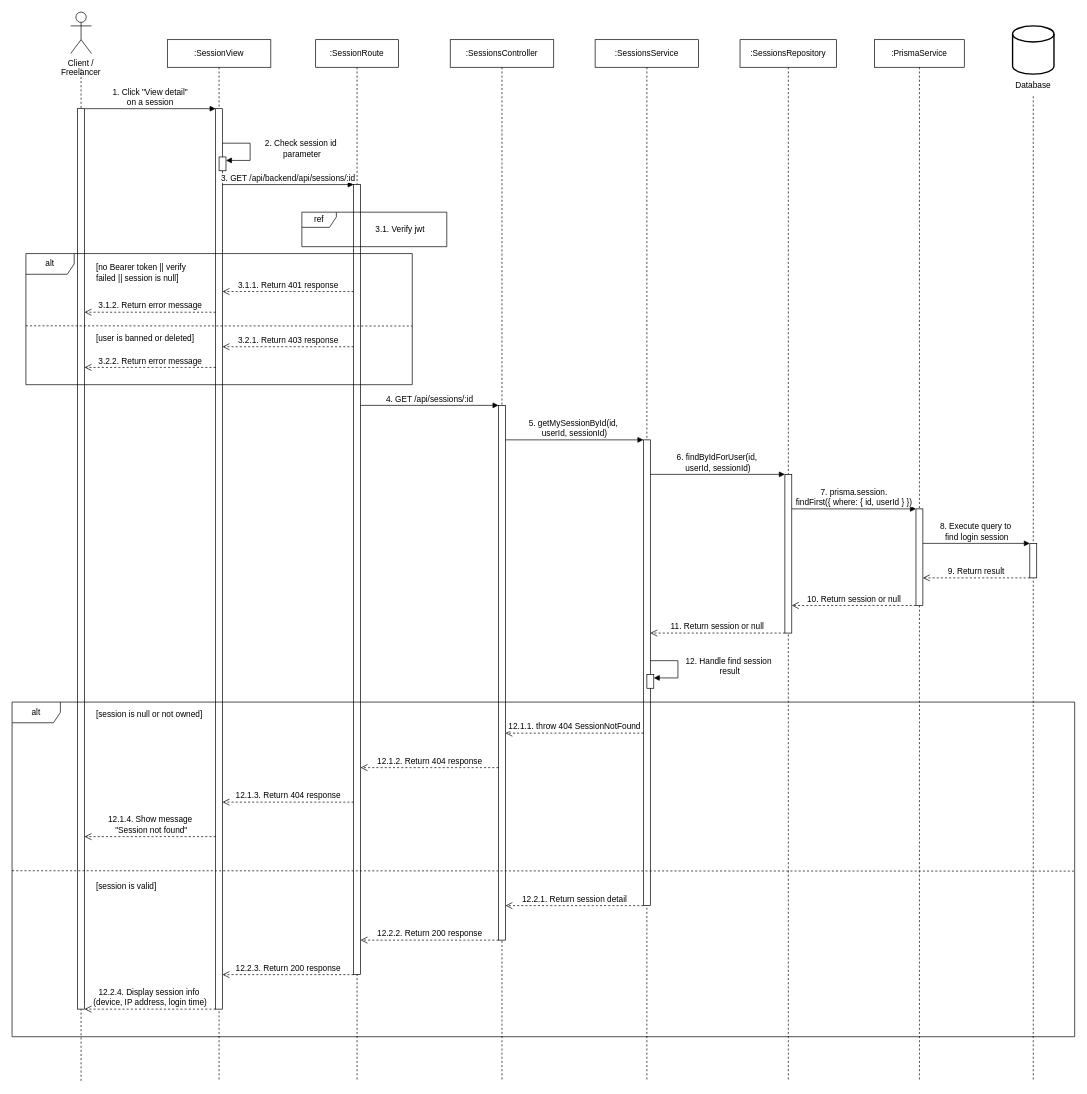
This is sequence-diagrams-remake/UC-16.02-view-session-detail.drawio from Thunggg/Frevia, a draw.io file, before an edit. Source tidied: cells renumbered, new cells numbered last; positions are measured from the earlier drawing's top-left corner, leaving out a move shared by most shapes. Both pictures are drawn from the tidied source at 69%, with x=0, y=0 at pixel (12, 12).
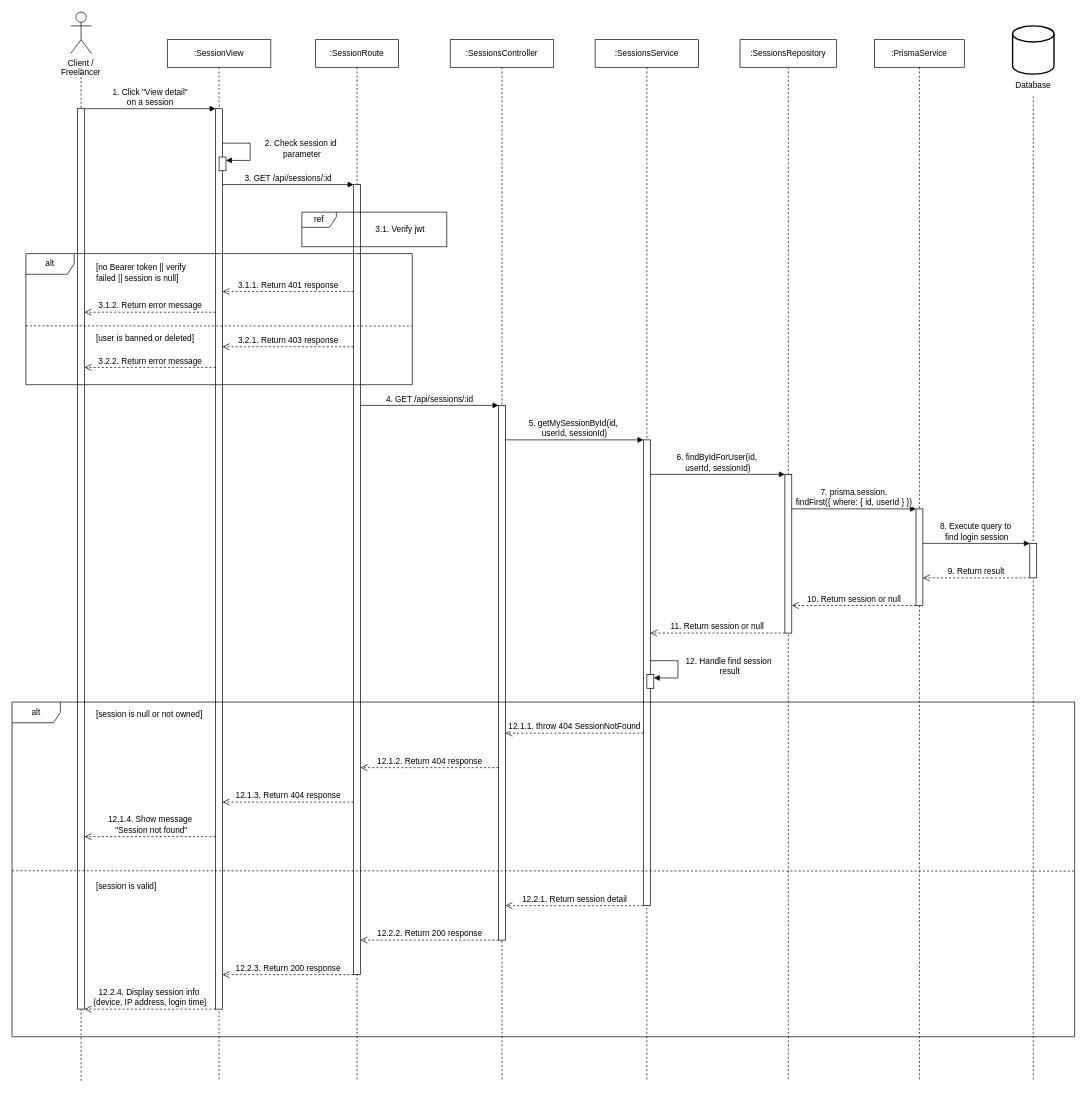
Above is the later version.

The edit, as a diff of the source:
```diff
@@
-    <mxCell id="24" value="3. GET /api/backend/api/sessions/:id" style="html=1;verticalAlign=bottom;endArrow=block;curved=0;rounded=0;fontSize=12;" parent="1" edge="1">
+    <mxCell id="24" value="3. GET /api/sessions/:id" style="html=1;verticalAlign=bottom;endArrow=block;curved=0;rounded=0;fontSize=12;" parent="1" edge="1">
       <mxGeometry relative="1" as="geometry">
         <mxPoint x="305" y="250" as="sourcePoint" />
         <mxPoint x="495" y="250" as="targetPoint" />
       </mxGeometry>
     </mxCell>
```
